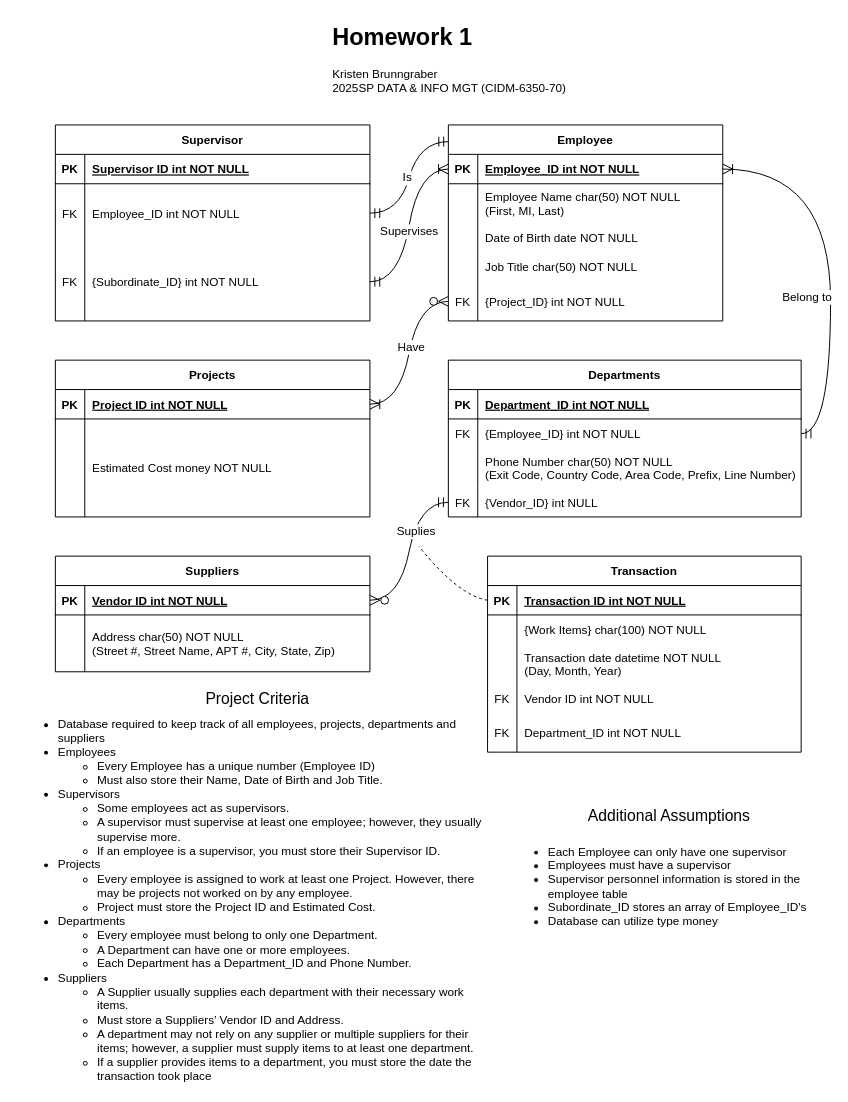
k-wtamu/CIDM6330 keeps this draw.io diagram as Untitled Diagram.drawio. Above is the earlier version. Source tidied: cells renumbered, new cells numbered last; positions are measured from the earlier drawing's top-left corner, leaving out a move shared by most shapes. Both pictures are drawn from the tidied source at 98%, with x=0, y=0 at pixel (17, 17).
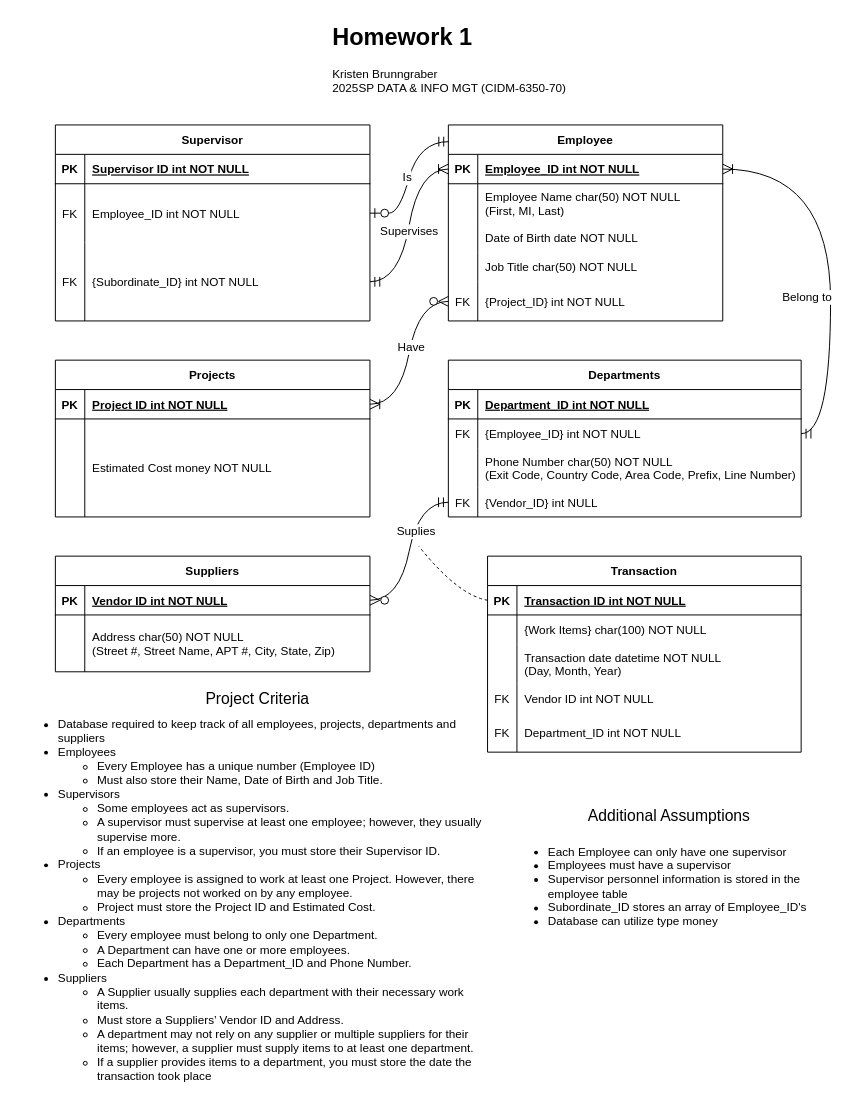
After the change.

The change refers to these unchanged cells:
```xml
<mxCell id="4" value="Employee" style="shape=table;startSize=30;childLayout=tableLayout;rowLines=0;fontStyle=1;align=center;" parent="1" vertex="1">
  <mxGeometry x="440" y="110" width="280" height="200" as="geometry" />
</mxCell>
<mxCell id="51" style="shape=partialRectangle;fillColor=none;points=[[0,0.5],[1,0.5]];portConstraint=eastwest;top=0;left=0;right=0;bottom=0;" parent="47" vertex="1">
  <mxGeometry y="60" width="321" height="60" as="geometry" />
</mxCell>
```

The edit, as a diff of the source:
```diff
@@
-    <mxCell id="85" style="edgeStyle=entityRelationEdgeStyle;fontSize=12;html=1;endArrow=ERmandOne;startArrow=ERmandOne;rounded=0;startSize=8;endSize=8;curved=1;exitX=1;exitY=0.5;exitDx=0;exitDy=0;entryX=0.001;entryY=0.085;entryDx=0;entryDy=0;entryPerimeter=0;" parent="1" edge="1" source="51" target="4">
+    <mxCell id="85" style="edgeStyle=entityRelationEdgeStyle;fontSize=12;html=1;endArrow=ERmandOne;startArrow=ERzeroToOne;rounded=0;startSize=8;endSize=8;curved=1;exitX=1;exitY=0.5;exitDx=0;exitDy=0;entryX=0.001;entryY=0.085;entryDx=0;entryDy=0;entryPerimeter=0;startFill=0;" parent="1" edge="1" source="51" target="4">
       <mxGeometry relative="1" as="geometry" />
     </mxCell>
```
